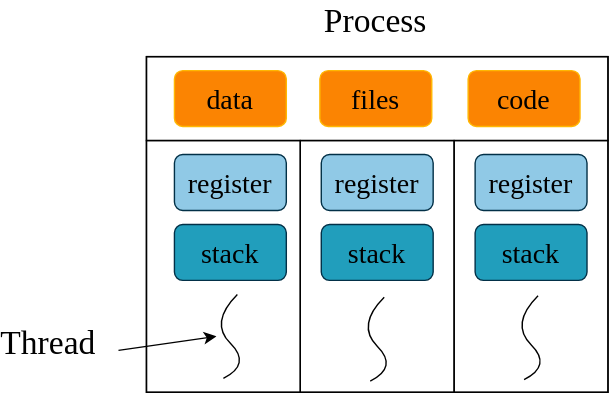
This is img/ch-intro/process-thread.svg from godaai/scale-py-zh, a draw.io export, as it was before one commit. Source tidied: cells renumbered, new cells last; positions are measured from the earlier drawing's top-left corner, leaving out a move shared by most shapes.
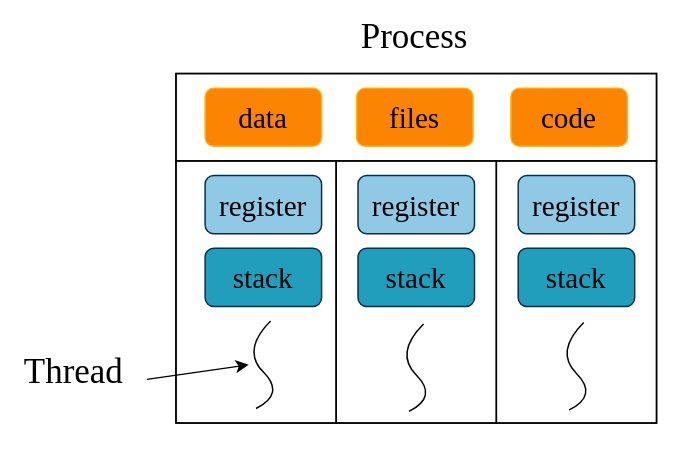
After the change.

Diff of the diagram source:
```diff
@@ -2,6 +2,9 @@
   <root>
     <mxCell id="0" />
     <mxCell id="1" parent="0" />
+    <mxCell id="22" style="rounded=0;whiteSpace=wrap;html=1;strokeColor=none;fillColor=none;" parent="1" vertex="1">
+      <mxGeometry x="-20" y="-10" width="480" height="320" as="geometry" />
+    </mxCell>
     <mxCell id="2" style="rounded=0;whiteSpace=wrap;html=1;fontSize=18;fillColor=none;fontFamily=Times New Roman;" parent="1" vertex="1">
       <mxGeometry x="320" y="100" width="110" height="180" as="geometry" />
     </mxCell>
```
